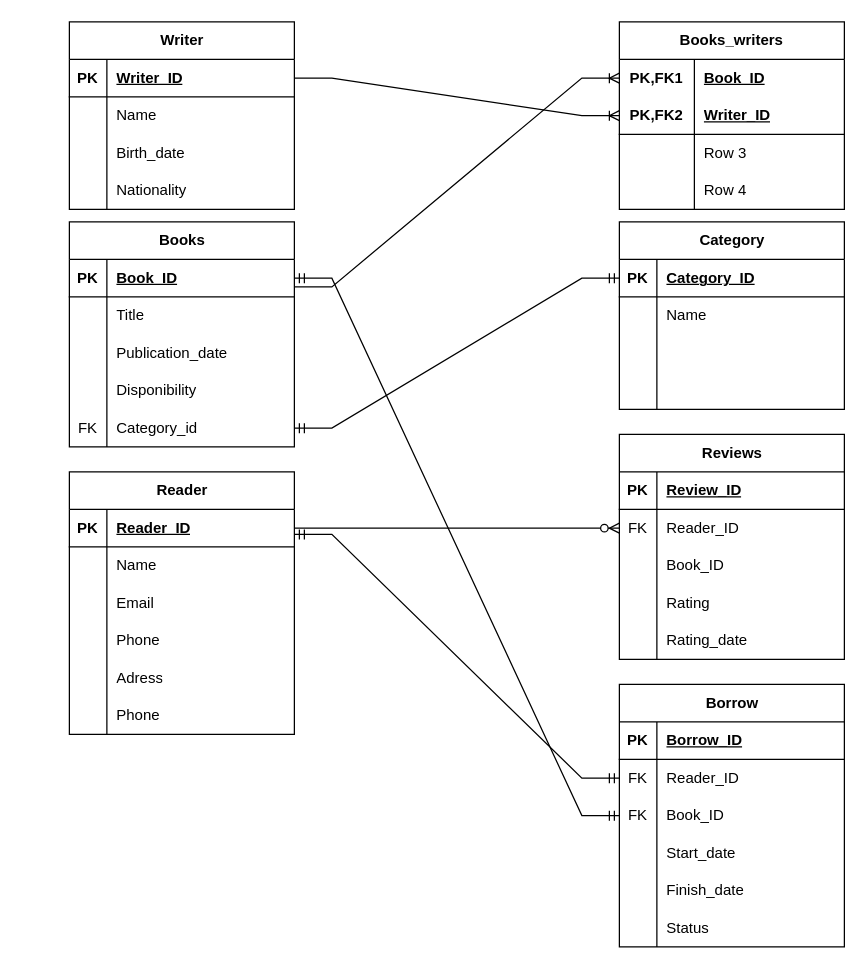
This is Untitled Diagram.drawio from S0FR0/Database_project, a draw.io file, before an edit. Source tidied: cells renumbered, new cells numbered last; positions are measured from the earlier drawing's top-left corner, leaving out a move shared by most shapes. Both pictures are drawn from the tidied source at 125%, with x=0, y=0 at pixel (69, 21).
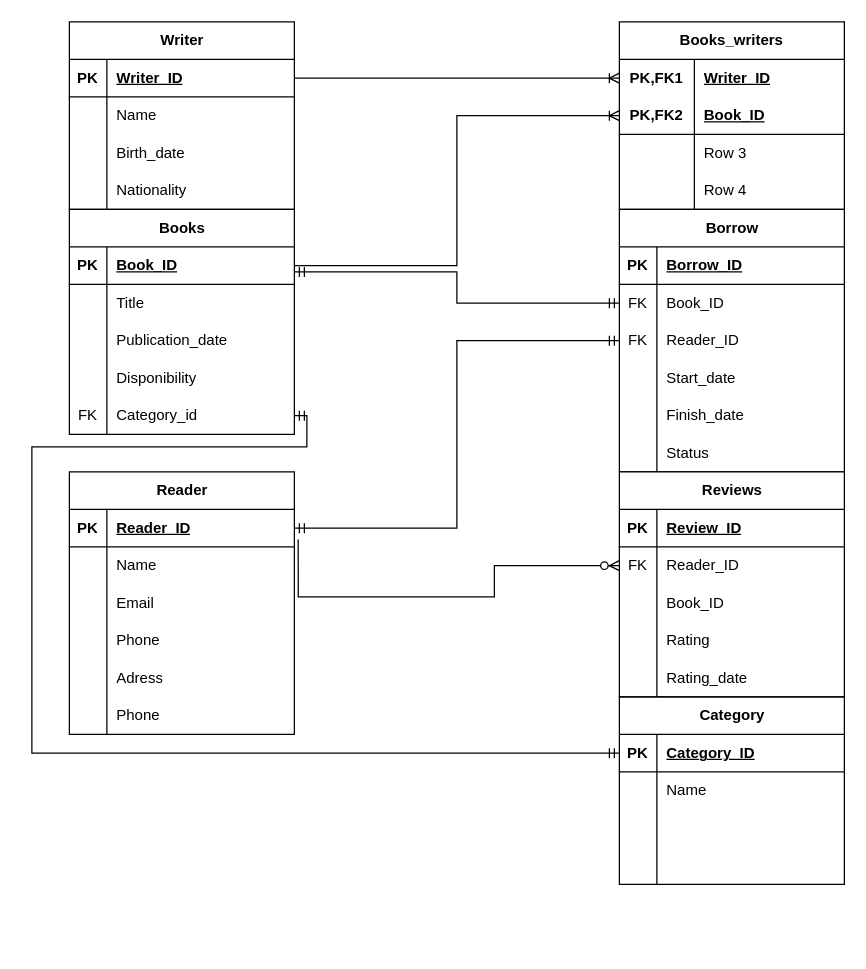
After the change.

Unchanged cells that the change refers to:
```xml
<mxCell id="3" style="shape=tableRow;horizontal=0;startSize=0;swimlaneHead=0;swimlaneBody=0;fillColor=none;points=[[0,0.5],[1,0.5]];portConstraint=eastwest;top=0;left=0;right=0;bottom=1;" parent="2" vertex="1">
  <mxGeometry y="30" width="180" height="30" as="geometry" />
</mxCell>
<mxCell id="16" style="shape=tableRow;horizontal=0;startSize=0;swimlaneHead=0;swimlaneBody=0;fillColor=none;points=[[0,0.5],[1,0.5]];portConstraint=eastwest;top=0;left=0;right=0;bottom=1;" parent="15" vertex="1">
  <mxGeometry y="30" width="180" height="30" as="geometry" />
</mxCell>
<mxCell id="29" style="shape=tableRow;horizontal=0;startSize=0;swimlaneHead=0;swimlaneBody=0;fillColor=none;points=[[0,0.5],[1,0.5]];portConstraint=eastwest;top=0;left=0;right=0;bottom=1;" parent="28" vertex="1">
  <mxGeometry y="30" width="180" height="30" as="geometry" />
</mxCell>
<mxCell id="41" style="shape=tableRow;horizontal=0;startSize=0;swimlaneHead=0;swimlaneBody=0;fillColor=none;points=[[0,0.5],[1,0.5]];portConstraint=eastwest;top=0;left=0;right=0;bottom=0;" parent="28" vertex="1">
  <mxGeometry y="150" width="180" height="30" as="geometry" />
</mxCell>
<mxCell id="45" style="shape=tableRow;horizontal=0;startSize=0;swimlaneHead=0;swimlaneBody=0;fillColor=none;points=[[0,0.5],[1,0.5]];portConstraint=eastwest;top=0;left=0;right=0;bottom=1;" parent="44" vertex="1">
  <mxGeometry y="30" width="180" height="30" as="geometry" />
</mxCell>
<mxCell id="64" style="shape=tableRow;horizontal=0;startSize=0;swimlaneHead=0;swimlaneBody=0;fillColor=none;points=[[0,0.5],[1,0.5]];portConstraint=eastwest;top=0;left=0;right=0;bottom=0;html=1;" parent="63" vertex="1">
  <mxGeometry y="30" width="180" height="30" as="geometry" />
</mxCell>
<mxCell id="67" style="shape=tableRow;horizontal=0;startSize=0;swimlaneHead=0;swimlaneBody=0;fillColor=none;points=[[0,0.5],[1,0.5]];portConstraint=eastwest;top=0;left=0;right=0;bottom=1;html=1;" parent="63" vertex="1">
  <mxGeometry y="60" width="180" height="30" as="geometry" />
</mxCell>
<mxCell id="80" style="shape=tableRow;horizontal=0;startSize=0;swimlaneHead=0;swimlaneBody=0;fillColor=none;points=[[0,0.5],[1,0.5]];portConstraint=eastwest;top=0;left=0;right=0;bottom=0;" parent="76" vertex="1">
  <mxGeometry y="60" width="180" height="30" as="geometry" />
</mxCell>
<mxCell id="83" style="shape=tableRow;horizontal=0;startSize=0;swimlaneHead=0;swimlaneBody=0;fillColor=none;points=[[0,0.5],[1,0.5]];portConstraint=eastwest;top=0;left=0;right=0;bottom=0;" parent="76" vertex="1">
  <mxGeometry y="90" width="180" height="30" as="geometry" />
</mxCell>
<mxCell id="99" style="shape=tableRow;horizontal=0;startSize=0;swimlaneHead=0;swimlaneBody=0;fillColor=none;points=[[0,0.5],[1,0.5]];portConstraint=eastwest;top=0;left=0;right=0;bottom=0;" parent="95" vertex="1">
  <mxGeometry y="60" width="180" height="30" as="geometry" />
</mxCell>
```

Change to the diagram source:
```diff
@@
     <mxCell id="15" value="Category" style="shape=table;startSize=30;childLayout=tableLayout;rowLines=0;fontStyle=1;align=center;html=1;" parent="1" vertex="1">
-      <mxGeometry x="440" y="160" width="180" height="150" as="geometry" />
+      <mxGeometry x="440" y="540" width="180" height="150" as="geometry" />
     </mxCell>
@@
     <mxCell id="28" value="Books" style="shape=table;startSize=30;childLayout=tableLayout;rowLines=0;fontStyle=1;align=center;html=1;" parent="1" vertex="1">
-      <mxGeometry y="160" width="180" height="180" as="geometry" />
+      <mxGeometry y="150" width="180" height="180" as="geometry" />
     </mxCell>
@@
-    <mxCell id="66" value="Book_ID" style="shape=partialRectangle;fillColor=none;top=0;left=0;bottom=0;right=0;align=left;spacingLeft=6;fontStyle=5;overflow=hidden;html=1;whiteSpace=wrap;" parent="64" vertex="1">
+    <mxCell id="66" value="Writer_ID" style="shape=partialRectangle;fillColor=none;top=0;left=0;bottom=0;right=0;align=left;spacingLeft=6;fontStyle=5;overflow=hidden;html=1;whiteSpace=wrap;" parent="64" vertex="1">
       <mxGeometry x="60" width="120" height="30" as="geometry" />
     </mxCell>
@@
-    <mxCell id="69" value="Writer_ID" style="shape=partialRectangle;fillColor=none;top=0;left=0;bottom=0;right=0;align=left;spacingLeft=6;fontStyle=5;overflow=hidden;html=1;whiteSpace=wrap;" parent="67" vertex="1">
+    <mxCell id="69" value="Book_ID" style="shape=partialRectangle;fillColor=none;top=0;left=0;bottom=0;right=0;align=left;spacingLeft=6;fontStyle=5;overflow=hidden;html=1;whiteSpace=wrap;" parent="67" vertex="1">
       <mxGeometry x="60" width="120" height="30" as="geometry" />
     </mxCell>
@@
     <mxCell id="76" value="Borrow" style="shape=table;startSize=30;childLayout=tableLayout;rowLines=0;fontStyle=1;align=center;html=1;" parent="1" vertex="1">
-      <mxGeometry x="440" y="530" width="180" height="210" as="geometry" />
+      <mxGeometry x="440" y="150" width="180" height="210" as="geometry" />
     </mxCell>
@@
-    <mxCell id="82" value="Reader_ID" style="shape=partialRectangle;fillColor=none;top=0;left=0;bottom=0;right=0;align=left;spacingLeft=6;overflow=hidden;whiteSpace=wrap;html=1;" parent="80" vertex="1">
+    <mxCell id="82" value="Book_ID" style="shape=partialRectangle;fillColor=none;top=0;left=0;bottom=0;right=0;align=left;spacingLeft=6;overflow=hidden;whiteSpace=wrap;html=1;" parent="80" vertex="1">
       <mxGeometry x="30" width="150" height="30" as="geometry" />
     </mxCell>
@@
-    <mxCell id="85" value="Book_ID" style="shape=partialRectangle;fillColor=none;top=0;left=0;bottom=0;right=0;align=left;spacingLeft=6;overflow=hidden;whiteSpace=wrap;html=1;" parent="83" vertex="1">
+    <mxCell id="85" value="Reader_ID" style="shape=partialRectangle;fillColor=none;top=0;left=0;bottom=0;right=0;align=left;spacingLeft=6;overflow=hidden;whiteSpace=wrap;html=1;" parent="83" vertex="1">
       <mxGeometry x="30" width="150" height="30" as="geometry" />
     </mxCell>
@@
     <mxCell id="95" value="Reviews" style="shape=table;startSize=30;childLayout=tableLayout;rowLines=0;fontStyle=1;align=center;html=1;" parent="1" vertex="1">
-      <mxGeometry x="440" y="330" width="180" height="180" as="geometry" />
+      <mxGeometry x="440" y="360" width="180" height="180" as="geometry" />
     </mxCell>
@@
-    <mxCell id="111" style="edgeStyle=entityRelationEdgeStyle;fontSize=12;html=1;endArrow=ERoneToMany;rounded=0;exitX=1;exitY=0.5;exitDx=0;exitDy=0;entryX=0;entryY=0.5;entryDx=0;entryDy=0;" parent="1" edge="1" source="3" target="67">
+    <mxCell id="111" style="edgeStyle=entityRelationEdgeStyle;fontSize=12;html=1;endArrow=ERoneToMany;rounded=0;exitX=1;exitY=0.5;exitDx=0;exitDy=0;entryX=0;entryY=0.5;entryDx=0;entryDy=0;" parent="1" edge="1" source="3" target="64">
       <mxGeometry relative="1" as="geometry">
         <Array as="points">
+          <mxPoint x="250" y="90" />
           <mxPoint x="310" y="75" />
+          <mxPoint x="300" y="40" />
+          <mxPoint x="320" y="80" />
           <mxPoint x="300" y="10" />
           <mxPoint x="360" y="70" />
           <mxPoint x="310" y="80" />
         </Array>
       </mxGeometry>
     </mxCell>
-    <mxCell id="112" style="edgeStyle=entityRelationEdgeStyle;fontSize=12;html=1;endArrow=ERoneToMany;rounded=0;entryX=0;entryY=0.5;entryDx=0;entryDy=0;" parent="1" edge="1" target="64">
-      <mxGeometry relative="1" as="geometry">
-        <mxPoint x="180" y="212" as="sourcePoint" />
-      </mxGeometry>
+    <mxCell id="112" style="edgeStyle=orthogonalEdgeStyle;fontSize=12;html=1;endArrow=ERoneToMany;rounded=0;entryX=0;entryY=0.5;entryDx=0;entryDy=0;exitX=1;exitY=0.5;exitDx=0;exitDy=0;" parent="1" edge="1" source="29" target="67">
+      <mxGeometry relative="1" as="geometry" />
     </mxCell>
-    <mxCell id="113" style="edgeStyle=entityRelationEdgeStyle;fontSize=12;html=1;endArrow=ERmandOne;startArrow=ERmandOne;rounded=0;exitX=1;exitY=0.5;exitDx=0;exitDy=0;entryX=0;entryY=0.5;entryDx=0;entryDy=0;" parent="1" edge="1" source="41" target="16">
+    <mxCell id="113" style="edgeStyle=orthogonalEdgeStyle;fontSize=12;html=1;endArrow=ERmandOne;startArrow=ERmandOne;rounded=0;entryX=0;entryY=0.5;entryDx=0;entryDy=0;exitX=1;exitY=0.5;exitDx=0;exitDy=0;" parent="1" edge="1" source="41" target="16">
       <mxGeometry relative="1" as="geometry">
         <Array as="points">
-          <mxPoint x="260" y="260" />
+          <mxPoint x="190" y="315" />
+          <mxPoint x="190" y="340" />
+          <mxPoint x="-30" y="340" />
+          <mxPoint x="-30" y="585" />
         </Array>
       </mxGeometry>
     </mxCell>
-    <mxCell id="114" style="edgeStyle=entityRelationEdgeStyle;fontSize=12;html=1;endArrow=ERzeroToMany;endFill=1;rounded=0;exitX=1;exitY=0.5;exitDx=0;exitDy=0;entryX=0;entryY=0.5;entryDx=0;entryDy=0;" parent="1" edge="1" source="45" target="99">
+    <mxCell id="114" style="edgeStyle=orthogonalEdgeStyle;fontSize=12;html=1;endArrow=ERzeroToMany;endFill=1;rounded=0;entryX=0;entryY=0.5;entryDx=0;entryDy=0;exitX=1.017;exitY=0.8;exitDx=0;exitDy=0;exitPerimeter=0;" parent="1" edge="1" source="45" target="99">
       <mxGeometry relative="1" as="geometry">
         <Array as="points">
-          <mxPoint x="430" y="520" />
-          <mxPoint x="430" y="515" />
-          <mxPoint x="430" y="400" />
+          <mxPoint x="183" y="460" />
+          <mxPoint x="340" y="460" />
+          <mxPoint x="340" y="435" />
         </Array>
       </mxGeometry>
     </mxCell>
-    <mxCell id="115" style="edgeStyle=entityRelationEdgeStyle;fontSize=12;html=1;endArrow=ERmandOne;startArrow=ERmandOne;rounded=0;entryX=0;entryY=0.5;entryDx=0;entryDy=0;exitX=1;exitY=0.667;exitDx=0;exitDy=0;exitPerimeter=0;" parent="1" edge="1" source="45" target="80">
-      <mxGeometry relative="1" as="geometry">
-        <Array as="points">
-          <mxPoint x="180" y="492" />
-        </Array>
-      </mxGeometry>
+    <mxCell id="115" style="edgeStyle=elbowEdgeStyle;fontSize=12;html=1;endArrow=ERmandOne;startArrow=ERmandOne;rounded=0;entryX=0;entryY=0.5;entryDx=0;entryDy=0;exitX=1;exitY=0.5;exitDx=0;exitDy=0;" parent="1" edge="1" source="45" target="83">
+      <mxGeometry relative="1" as="geometry" />
     </mxCell>
-    <mxCell id="116" style="edgeStyle=entityRelationEdgeStyle;fontSize=12;html=1;endArrow=ERmandOne;startArrow=ERmandOne;rounded=0;exitX=1;exitY=0.5;exitDx=0;exitDy=0;entryX=0;entryY=0.5;entryDx=0;entryDy=0;" parent="1" edge="1" source="29" target="83">
+    <mxCell id="116" style="edgeStyle=orthogonalEdgeStyle;fontSize=12;html=1;endArrow=ERmandOne;startArrow=ERmandOne;rounded=0;exitX=1;exitY=0.667;exitDx=0;exitDy=0;exitPerimeter=0;entryX=0;entryY=0.5;entryDx=0;entryDy=0;" parent="1" edge="1" source="29" target="80">
       <mxGeometry relative="1" as="geometry" />
     </mxCell>
```
